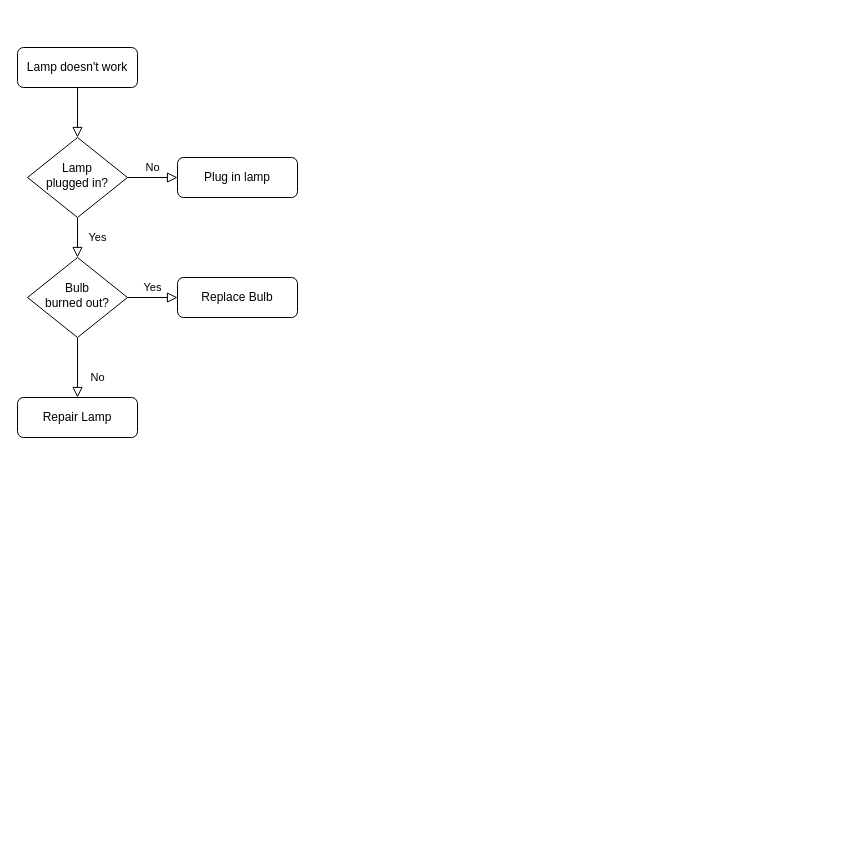
Before: trial.drawio in EsparteroKE/EsparteroKE.flowcharts, a draw.io diagram. Source tidied: cells renumbered, new cells numbered last; positions are measured from the earlier drawing's top-left corner, leaving out a move shared by most shapes. Both pictures are drawn from the tidied source at 100%, with x=0, y=0 at pixel (17, 47).
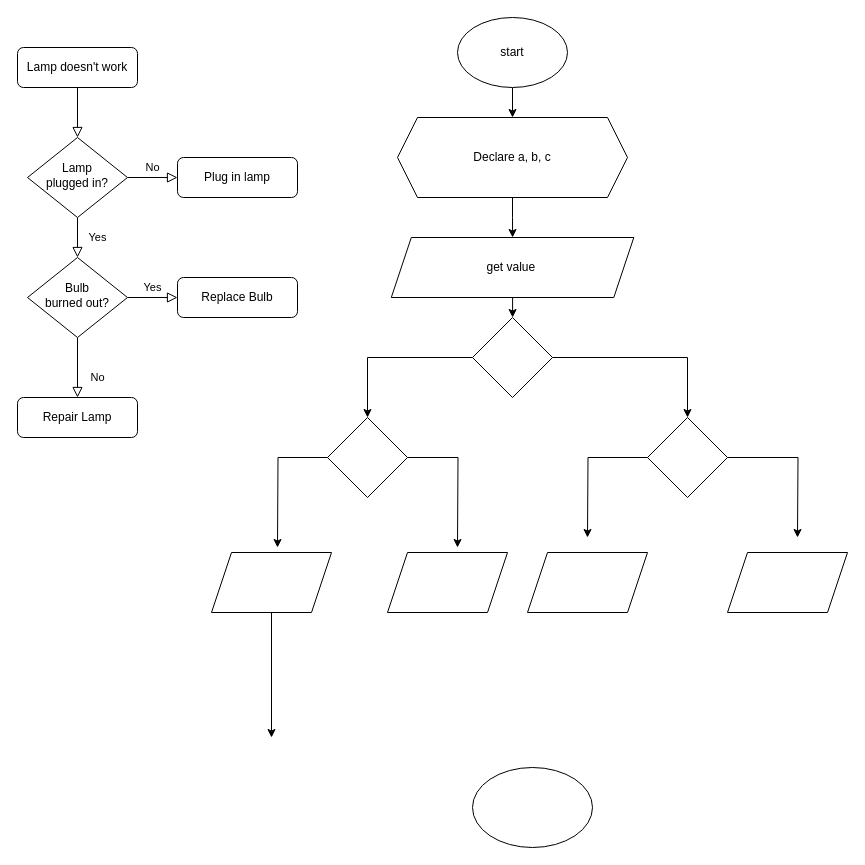
Above is the later version.

Change to the diagram source:
```diff
@@
+    <mxCell id="13" style="edgeStyle=orthogonalEdgeStyle;rounded=0;jettySize=auto;html=1;" parent="1" edge="1" source="14" target="16">
+      <mxGeometry relative="1" as="geometry" />
+    </mxCell>
+    <mxCell id="14" value="start" style="ellipse;whiteSpace=wrap;html=1;" parent="1" vertex="1">
+      <mxGeometry x="440" y="-30" width="110" height="70" as="geometry" />
+    </mxCell>
+    <mxCell id="15" style="edgeStyle=orthogonalEdgeStyle;rounded=0;jettySize=auto;html=1;" parent="1" edge="1" source="16" target="18">
+      <mxGeometry relative="1" as="geometry" />
+    </mxCell>
+    <mxCell id="16" value="Declare a, b, c" style="shape=hexagon;perimeter=hexagonPerimeter2;whiteSpace=wrap;html=1;fixedSize=1;" parent="1" vertex="1">
+      <mxGeometry x="380" y="70" width="230" height="80" as="geometry" />
+    </mxCell>
+    <mxCell id="17" style="edgeStyle=orthogonalEdgeStyle;rounded=0;jettySize=auto;html=1;" parent="1" edge="1" source="18" target="21">
+      <mxGeometry relative="1" as="geometry" />
+    </mxCell>
+    <mxCell id="18" value="get value&amp;nbsp;" style="shape=parallelogram;perimeter=parallelogramPerimeter;whiteSpace=wrap;html=1;fixedSize=1;" parent="1" vertex="1">
+      <mxGeometry x="373.8" y="190" width="242.5" height="60" as="geometry" />
+    </mxCell>
+    <mxCell id="19" style="edgeStyle=orthogonalEdgeStyle;rounded=0;jettySize=auto;html=1;entryX=0.5;entryY=0;entryDx=0;entryDy=0;" parent="1" edge="1" source="21" target="27">
+      <mxGeometry relative="1" as="geometry" />
+    </mxCell>
+    <mxCell id="20" style="edgeStyle=orthogonalEdgeStyle;rounded=0;jettySize=auto;html=1;entryX=0.5;entryY=0;entryDx=0;entryDy=0;" parent="1" edge="1" source="21" target="24">
+      <mxGeometry relative="1" as="geometry" />
+    </mxCell>
+    <mxCell id="21" style="rhombus;whiteSpace=wrap;html=1;" parent="1" vertex="1">
+      <mxGeometry x="455" y="270" width="80" height="80" as="geometry" />
+    </mxCell>
+    <mxCell id="22" style="edgeStyle=orthogonalEdgeStyle;rounded=0;jettySize=auto;html=1;" parent="1" edge="1" source="24">
+      <mxGeometry relative="1" as="geometry">
+        <mxPoint x="780" y="490" as="targetPoint" />
+      </mxGeometry>
+    </mxCell>
+    <mxCell id="23" style="edgeStyle=orthogonalEdgeStyle;rounded=0;jettySize=auto;html=1;" parent="1" edge="1" source="24">
+      <mxGeometry relative="1" as="geometry">
+        <mxPoint x="570" y="490" as="targetPoint" />
+      </mxGeometry>
+    </mxCell>
+    <mxCell id="24" style="rhombus;whiteSpace=wrap;html=1;" parent="1" vertex="1">
+      <mxGeometry x="630" y="370" width="80" height="80" as="geometry" />
+    </mxCell>
+    <mxCell id="25" style="edgeStyle=orthogonalEdgeStyle;rounded=0;jettySize=auto;html=1;" parent="1" edge="1" source="27">
+      <mxGeometry relative="1" as="geometry">
+        <mxPoint x="440" y="500" as="targetPoint" />
+      </mxGeometry>
+    </mxCell>
+    <mxCell id="26" style="edgeStyle=orthogonalEdgeStyle;rounded=0;jettySize=auto;html=1;" parent="1" edge="1" source="27">
+      <mxGeometry relative="1" as="geometry">
+        <mxPoint x="260" y="500" as="targetPoint" />
+      </mxGeometry>
+    </mxCell>
+    <mxCell id="27" style="rhombus;whiteSpace=wrap;html=1;" parent="1" vertex="1">
+      <mxGeometry x="310" y="370" width="80" height="80" as="geometry" />
+    </mxCell>
+    <mxCell id="28" style="shape=parallelogram;perimeter=parallelogramPerimeter;whiteSpace=wrap;html=1;fixedSize=1;" parent="1" vertex="1">
+      <mxGeometry x="510" y="505" width="120" height="60" as="geometry" />
+    </mxCell>
+    <mxCell id="29" style="shape=parallelogram;perimeter=parallelogramPerimeter;whiteSpace=wrap;html=1;fixedSize=1;" parent="1" vertex="1">
+      <mxGeometry x="710" y="505" width="120" height="60" as="geometry" />
+    </mxCell>
+    <mxCell id="30" style="ellipse;whiteSpace=wrap;html=1;" parent="1" vertex="1">
+      <mxGeometry x="455" y="720" width="120" height="80" as="geometry" />
+    </mxCell>
+    <mxCell id="31" style="shape=parallelogram;perimeter=parallelogramPerimeter;whiteSpace=wrap;html=1;fixedSize=1;" parent="1" vertex="1">
+      <mxGeometry x="370" y="505" width="120" height="60" as="geometry" />
+    </mxCell>
+    <mxCell id="32" style="edgeStyle=orthogonalEdgeStyle;rounded=0;jettySize=auto;html=1;" parent="1" edge="1" source="33">
+      <mxGeometry relative="1" as="geometry">
+        <mxPoint x="254" y="690" as="targetPoint" />
+      </mxGeometry>
+    </mxCell>
+    <mxCell id="33" style="shape=parallelogram;perimeter=parallelogramPerimeter;whiteSpace=wrap;html=1;fixedSize=1;" parent="1" vertex="1">
+      <mxGeometry x="194" y="505" width="120" height="60" as="geometry" />
+    </mxCell>
```
